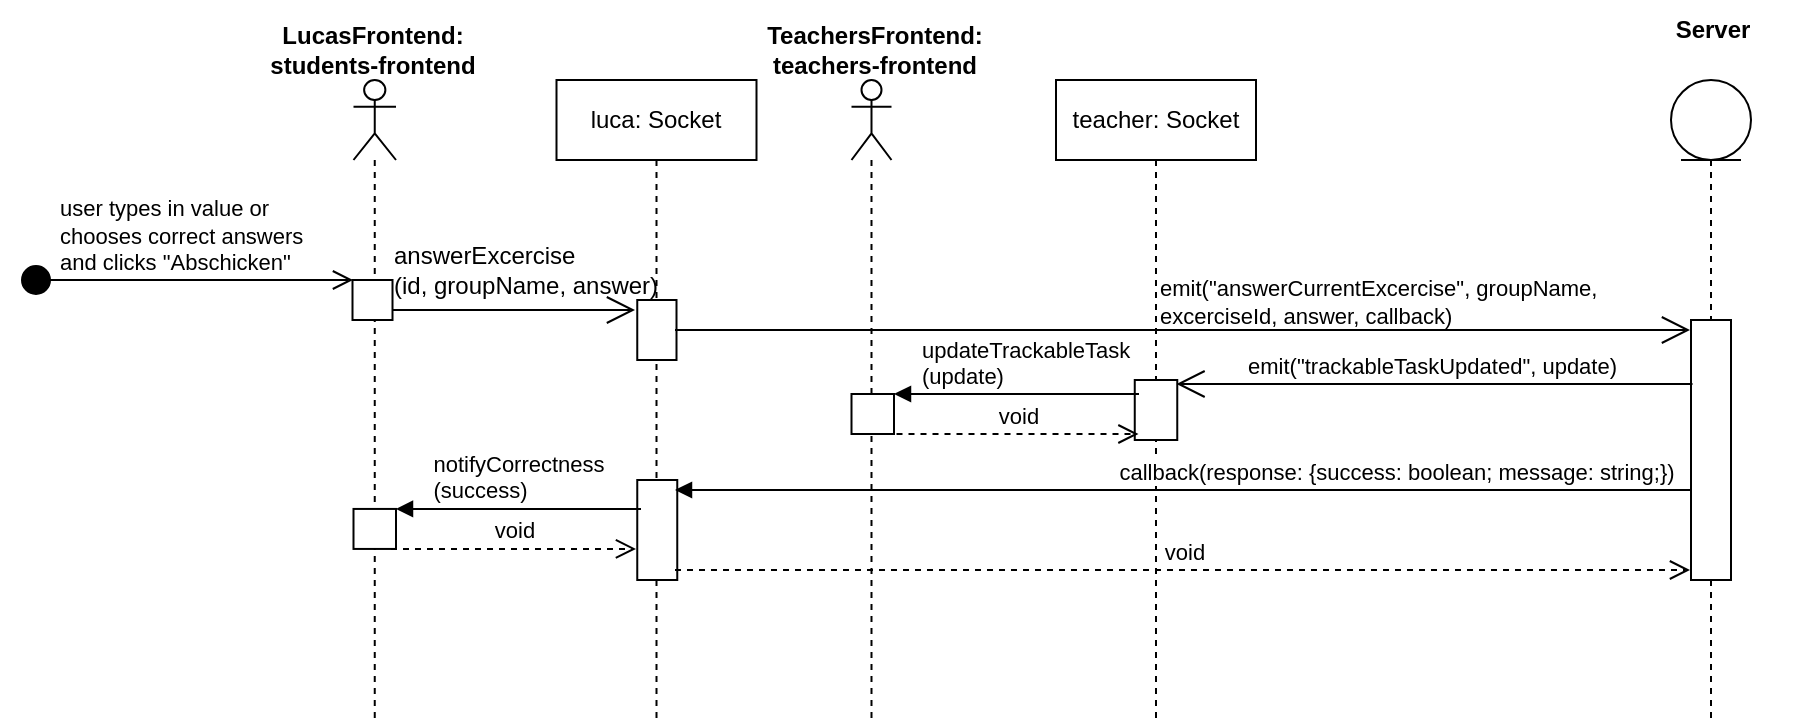
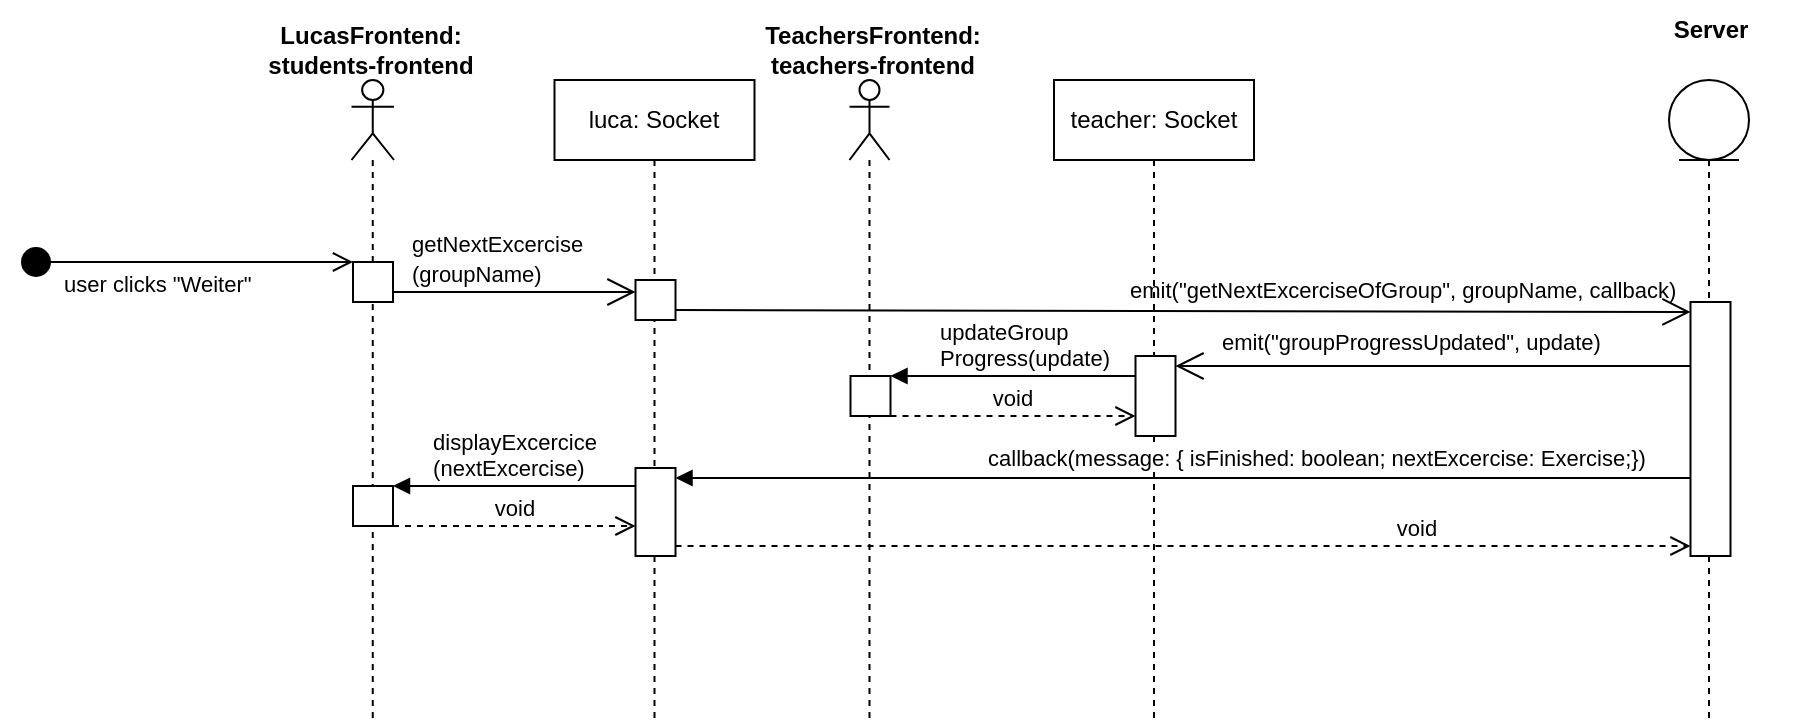
<mxfile host="app.diagrams.net" agent="Mozilla/5.0 (Windows NT 10.0; Win64; x64; rv:133.0) Gecko/20100101 Firefox/133.0" version="25.0.3">
  <diagram name="Page-1" id="2aDTY9amNtia2wzeplLk">
-     <mxGraphModel dx="2294" dy="838" grid="1" gridSize="10" guides="1" tooltips="1" connect="1" arrows="1" fold="1" page="1" pageScale="1" pageWidth="850" pageHeight="1100" math="0" shadow="0">
+     <mxGraphModel dx="1909" dy="615" grid="1" gridSize="10" guides="1" tooltips="1" connect="1" arrows="1" fold="1" page="1" pageScale="1" pageWidth="850" pageHeight="1100" math="0" shadow="0">
      <root>
        <mxCell id="0" />
        <mxCell id="1" parent="0" />
        <mxCell id="wzhvgZOO0w4-mviFbUcD-19" value="" style="shape=umlLifeline;perimeter=lifelinePerimeter;whiteSpace=wrap;html=1;container=1;dropTarget=0;collapsible=0;recursiveResize=0;outlineConnect=0;portConstraint=eastwest;newEdgeStyle={&quot;curved&quot;:0,&quot;rounded&quot;:0};participant=umlEntity;" parent="1" vertex="1">
          <mxGeometry x="607.5" y="40" width="40" height="320" as="geometry" />
        </mxCell>
-         <mxCell id="36G0p44SmY7-EEJN0GJe-1" value="" style="html=1;points=[[0,0,0,0,5],[0,1,0,0,-5],[1,0,0,0,5],[1,1,0,0,-5]];perimeter=orthogonalPerimeter;outlineConnect=0;targetShapes=umlLifeline;portConstraint=eastwest;newEdgeStyle={&quot;curved&quot;:0,&quot;rounded&quot;:0};" vertex="1" parent="wzhvgZOO0w4-mviFbUcD-19">
-           <mxGeometry x="10" y="120" width="20" height="130" as="geometry" />
-         </mxCell>
        <mxCell id="T5XOlsIRSnDnDzt5xugD-2" value="teacher: Socket" style="shape=umlLifeline;perimeter=lifelinePerimeter;whiteSpace=wrap;html=1;container=1;dropTarget=0;collapsible=0;recursiveResize=0;outlineConnect=0;portConstraint=eastwest;newEdgeStyle={&quot;curved&quot;:0,&quot;rounded&quot;:0};" parent="1" vertex="1">
          <mxGeometry x="300" y="40" width="100" height="320" as="geometry" />
-         </mxCell>
-         <mxCell id="36G0p44SmY7-EEJN0GJe-11" value="" style="html=1;points=[[0,0,0,0,5],[0,1,0,0,-5],[1,0,0,0,5],[1,1,0,0,-5]];perimeter=orthogonalPerimeter;outlineConnect=0;targetShapes=umlLifeline;portConstraint=eastwest;newEdgeStyle={&quot;curved&quot;:0,&quot;rounded&quot;:0};" vertex="1" parent="T5XOlsIRSnDnDzt5xugD-2">
-           <mxGeometry x="39.38" y="150" width="21.25" height="30" as="geometry" />
        </mxCell>
        <mxCell id="T5XOlsIRSnDnDzt5xugD-1" value="" style="shape=umlLifeline;perimeter=lifelinePerimeter;whiteSpace=wrap;html=1;container=1;dropTarget=0;collapsible=0;recursiveResize=0;outlineConnect=0;portConstraint=eastwest;newEdgeStyle={&quot;curved&quot;:0,&quot;rounded&quot;:0};participant=umlActor;" parent="1" vertex="1">
          <mxGeometry x="197.75" y="40" width="20" height="320" as="geometry" />
        </mxCell>
        <mxCell id="T5XOlsIRSnDnDzt5xugD-4" value="luca: Socket" style="shape=umlLifeline;perimeter=lifelinePerimeter;whiteSpace=wrap;html=1;container=1;dropTarget=0;collapsible=0;recursiveResize=0;outlineConnect=0;portConstraint=eastwest;newEdgeStyle={&quot;curved&quot;:0,&quot;rounded&quot;:0};" parent="1" vertex="1">
          <mxGeometry x="50.25" y="40" width="100" height="320" as="geometry" />
        </mxCell>
-         <mxCell id="36G0p44SmY7-EEJN0GJe-2" value="" style="html=1;points=[[0,0,0,0,5],[0,1,0,0,-5],[1,0,0,0,5],[1,1,0,0,-5]];perimeter=orthogonalPerimeter;outlineConnect=0;targetShapes=umlLifeline;portConstraint=eastwest;newEdgeStyle={&quot;curved&quot;:0,&quot;rounded&quot;:0};" vertex="1" parent="T5XOlsIRSnDnDzt5xugD-4">
-           <mxGeometry x="40.38" y="200" width="20" height="50" as="geometry" />
-         </mxCell>
-         <mxCell id="36G0p44SmY7-EEJN0GJe-4" value="" style="html=1;points=[[0,0,0,0,5],[0,1,0,0,-5],[1,0,0,0,5],[1,1,0,0,-5]];perimeter=orthogonalPerimeter;outlineConnect=0;targetShapes=umlLifeline;portConstraint=eastwest;newEdgeStyle={&quot;curved&quot;:0,&quot;rounded&quot;:0};" vertex="1" parent="T5XOlsIRSnDnDzt5xugD-4">
-           <mxGeometry x="40.38" y="110" width="19.62" height="30" as="geometry" />
-         </mxCell>
        <mxCell id="T5XOlsIRSnDnDzt5xugD-3" value="" style="shape=umlLifeline;perimeter=lifelinePerimeter;whiteSpace=wrap;html=1;container=1;dropTarget=0;collapsible=0;recursiveResize=0;outlineConnect=0;portConstraint=eastwest;newEdgeStyle={&quot;curved&quot;:0,&quot;rounded&quot;:0};participant=umlActor;" parent="1" vertex="1">
          <mxGeometry x="-51.25" y="40" width="21.25" height="320" as="geometry" />
-         </mxCell>
-         <mxCell id="36G0p44SmY7-EEJN0GJe-13" value="" style="html=1;points=[[0,0,0,0,5],[0,1,0,0,-5],[1,0,0,0,5],[1,1,0,0,-5]];perimeter=orthogonalPerimeter;outlineConnect=0;targetShapes=umlLifeline;portConstraint=eastwest;newEdgeStyle={&quot;curved&quot;:0,&quot;rounded&quot;:0};" vertex="1" parent="T5XOlsIRSnDnDzt5xugD-3">
-           <mxGeometry y="214.47000000000003" width="21.25" height="20" as="geometry" />
-         </mxCell>
-         <mxCell id="36G0p44SmY7-EEJN0GJe-14" value="&lt;div&gt;notifyCorrectness&lt;/div&gt;&lt;div align=&quot;left&quot;&gt;(success)&lt;/div&gt;" style="html=1;verticalAlign=bottom;endArrow=block;curved=0;rounded=0;" edge="1" parent="T5XOlsIRSnDnDzt5xugD-3">
-           <mxGeometry width="80" relative="1" as="geometry">
-             <mxPoint x="143.7499999999999" y="214.47000000000003" as="sourcePoint" />
-             <mxPoint x="21.249999999999886" y="214.47000000000003" as="targetPoint" />
-           </mxGeometry>
-         </mxCell>
-         <mxCell id="36G0p44SmY7-EEJN0GJe-15" value="void" style="html=1;verticalAlign=bottom;endArrow=open;dashed=1;endSize=8;curved=0;rounded=0;" edge="1" parent="T5XOlsIRSnDnDzt5xugD-3">
-           <mxGeometry relative="1" as="geometry">
-             <mxPoint x="18.749999999999886" y="234.47000000000003" as="sourcePoint" />
-             <mxPoint x="141.2499999999999" y="234.47000000000003" as="targetPoint" />
-           </mxGeometry>
        </mxCell>
        <mxCell id="wzhvgZOO0w4-mviFbUcD-15" value="&lt;div&gt;TeachersFrontend:&lt;br&gt;&lt;/div&gt;&lt;div&gt;teachers-frontend&lt;/div&gt;" style="text;align=center;fontStyle=1;verticalAlign=middle;spacingLeft=3;spacingRight=3;strokeColor=none;rotatable=0;points=[[0,0.5],[1,0.5]];portConstraint=eastwest;html=1;" parent="1" vertex="1">
          <mxGeometry x="161.25" y="10" width="95" height="30" as="geometry" />
        </mxCell>
        <mxCell id="wzhvgZOO0w4-mviFbUcD-32" value="Server" style="text;align=center;fontStyle=1;verticalAlign=middle;spacingLeft=3;spacingRight=3;strokeColor=none;rotatable=0;points=[[0,0.5],[1,0.5]];portConstraint=eastwest;html=1;" parent="1" vertex="1">
          <mxGeometry x="580" width="95" height="30" as="geometry" />
        </mxCell>
        <mxCell id="wzhvgZOO0w4-mviFbUcD-91" value="&lt;div&gt;LucasFrontend:&lt;/div&gt;&lt;div&gt;students-frontend&lt;br&gt;&lt;/div&gt;" style="text;align=center;fontStyle=1;verticalAlign=middle;spacingLeft=3;spacingRight=3;strokeColor=none;rotatable=0;points=[[0,0.5],[1,0.5]];portConstraint=eastwest;html=1;" parent="1" vertex="1">
          <mxGeometry x="-89.25" y="10" width="95" height="30" as="geometry" />
        </mxCell>
-         <mxCell id="wzhvgZOO0w4-mviFbUcD-168" value="" style="html=1;points=[[0,0,0,0,5],[0,1,0,0,-5],[1,0,0,0,5],[1,1,0,0,-5]];perimeter=orthogonalPerimeter;outlineConnect=0;targetShapes=umlLifeline;portConstraint=eastwest;newEdgeStyle={&quot;curved&quot;:0,&quot;rounded&quot;:0};" parent="1" vertex="1">
-           <mxGeometry x="-51.75" y="140" width="20" height="20" as="geometry" />
+         <mxCell id="UZxPjZP5jUcu2pSk8YK1-3" value="" style="html=1;points=[[0,0,0,0,5],[0,1,0,0,-5],[1,0,0,0,5],[1,1,0,0,-5]];perimeter=orthogonalPerimeter;outlineConnect=0;targetShapes=umlLifeline;portConstraint=eastwest;newEdgeStyle={&quot;curved&quot;:0,&quot;rounded&quot;:0};" vertex="1" parent="1">
+           <mxGeometry x="340.75" y="178" width="20" height="40" as="geometry" />
        </mxCell>
-         <mxCell id="wzhvgZOO0w4-mviFbUcD-169" value="" style="endArrow=open;endFill=1;endSize=12;html=1;rounded=0;exitX=1;exitY=1;exitDx=0;exitDy=-5;exitPerimeter=0;entryX=0;entryY=0;entryDx=0;entryDy=5;entryPerimeter=0;" parent="1" source="wzhvgZOO0w4-mviFbUcD-168" edge="1">
+         <mxCell id="UZxPjZP5jUcu2pSk8YK1-4" value="" style="html=1;points=[[0,0,0,0,5],[0,1,0,0,-5],[1,0,0,0,5],[1,1,0,0,-5]];perimeter=orthogonalPerimeter;outlineConnect=0;targetShapes=umlLifeline;portConstraint=eastwest;newEdgeStyle={&quot;curved&quot;:0,&quot;rounded&quot;:0};" vertex="1" parent="1">
+           <mxGeometry x="90.75" y="140" width="20" height="20" as="geometry" />
+         </mxCell>
+         <mxCell id="UZxPjZP5jUcu2pSk8YK1-5" value="" style="html=1;points=[[0,0,0,0,5],[0,1,0,0,-5],[1,0,0,0,5],[1,1,0,0,-5]];perimeter=orthogonalPerimeter;outlineConnect=0;targetShapes=umlLifeline;portConstraint=eastwest;newEdgeStyle={&quot;curved&quot;:0,&quot;rounded&quot;:0};" vertex="1" parent="1">
+           <mxGeometry x="90.75" y="234" width="20" height="44" as="geometry" />
+         </mxCell>
+         <mxCell id="UZxPjZP5jUcu2pSk8YK1-6" value="" style="html=1;points=[[0,0,0,0,5],[0,1,0,0,-5],[1,0,0,0,5],[1,1,0,0,-5]];perimeter=orthogonalPerimeter;outlineConnect=0;targetShapes=umlLifeline;portConstraint=eastwest;newEdgeStyle={&quot;curved&quot;:0,&quot;rounded&quot;:0};" vertex="1" parent="1">
+           <mxGeometry x="198.25" y="188" width="20" height="20" as="geometry" />
+         </mxCell>
+         <mxCell id="UZxPjZP5jUcu2pSk8YK1-7" value="" style="html=1;points=[[0,0,0,0,5],[0,1,0,0,-5],[1,0,0,0,5],[1,1,0,0,-5]];perimeter=orthogonalPerimeter;outlineConnect=0;targetShapes=umlLifeline;portConstraint=eastwest;newEdgeStyle={&quot;curved&quot;:0,&quot;rounded&quot;:0};" vertex="1" parent="1">
+           <mxGeometry x="618.25" y="151" width="20" height="127" as="geometry" />
+         </mxCell>
+         <mxCell id="UZxPjZP5jUcu2pSk8YK1-8" value="" style="html=1;points=[[0,0,0,0,5],[0,1,0,0,-5],[1,0,0,0,5],[1,1,0,0,-5]];perimeter=orthogonalPerimeter;outlineConnect=0;targetShapes=umlLifeline;portConstraint=eastwest;newEdgeStyle={&quot;curved&quot;:0,&quot;rounded&quot;:0};" vertex="1" parent="1">
+           <mxGeometry x="-50.5" y="243" width="20" height="20" as="geometry" />
+         </mxCell>
+         <mxCell id="UZxPjZP5jUcu2pSk8YK1-9" value="" style="html=1;points=[[0,0,0,0,5],[0,1,0,0,-5],[1,0,0,0,5],[1,1,0,0,-5]];perimeter=orthogonalPerimeter;outlineConnect=0;targetShapes=umlLifeline;portConstraint=eastwest;newEdgeStyle={&quot;curved&quot;:0,&quot;rounded&quot;:0};" vertex="1" parent="1">
+           <mxGeometry x="-50.5" y="131" width="20" height="20" as="geometry" />
+         </mxCell>
+         <mxCell id="UZxPjZP5jUcu2pSk8YK1-10" value="&lt;font style=&quot;font-size: 11px;&quot;&gt;emit(&quot;getNextExcerciseOfGroup&quot;, groupName, callback)&lt;/font&gt;" style="text;whiteSpace=wrap;html=1;" vertex="1" parent="1">
+           <mxGeometry x="335.75" y="131" width="280" height="30" as="geometry" />
+         </mxCell>
+         <mxCell id="UZxPjZP5jUcu2pSk8YK1-11" value="" style="endArrow=open;endFill=1;endSize=12;html=1;rounded=0;exitX=1;exitY=1;exitDx=0;exitDy=-5;exitPerimeter=0;entryX=0;entryY=0;entryDx=0;entryDy=5;entryPerimeter=0;" edge="1" parent="1" source="UZxPjZP5jUcu2pSk8YK1-4" target="UZxPjZP5jUcu2pSk8YK1-7">
          <mxGeometry width="160" relative="1" as="geometry">
-             <mxPoint x="169.5" as="sourcePoint" />
-             <mxPoint x="89.50000000000045" y="155" as="targetPoint" />
+             <mxPoint x="340.75" y="61" as="sourcePoint" />
+             <mxPoint x="600.75" y="145" as="targetPoint" />
          </mxGeometry>
        </mxCell>
-         <mxCell id="wzhvgZOO0w4-mviFbUcD-172" value="" style="endArrow=open;endFill=1;endSize=12;html=1;rounded=0;exitX=1;exitY=1;exitDx=0;exitDy=-5;exitPerimeter=0;entryX=0;entryY=0;entryDx=0;entryDy=5;entryPerimeter=0;" parent="1" edge="1">
-           <mxGeometry width="160" relative="1" as="geometry">
-             <mxPoint x="109.50000000000045" y="164.99999999999977" as="sourcePoint" />
-             <mxPoint x="617" y="165" as="targetPoint" />
-           </mxGeometry>
-         </mxCell>
-         <mxCell id="wzhvgZOO0w4-mviFbUcD-173" value="&lt;font style=&quot;font-size: 11px;&quot;&gt;emit(&quot;answerCurrentExcercise&quot;, groupName, excerciseId, answer, callback)&lt;/font&gt;" style="text;whiteSpace=wrap;html=1;" parent="1" vertex="1">
-           <mxGeometry x="349.5" y="130" width="280" height="30" as="geometry" />
-         </mxCell>
-         <mxCell id="1kSFkEbPgEv4m-t2jmqG-113" value="callback(response: {success: boolean; message: string;})" style="html=1;verticalAlign=bottom;endArrow=block;curved=0;rounded=0;entryX=1;entryY=0;entryDx=0;entryDy=5;entryPerimeter=0;" parent="1" edge="1">
-           <mxGeometry x="-0.4187" width="80" relative="1" as="geometry">
-             <mxPoint x="617" y="245" as="sourcePoint" />
-             <mxPoint x="109.5" y="245" as="targetPoint" />
+         <mxCell id="UZxPjZP5jUcu2pSk8YK1-12" value="callback(message: { isFinished: boolean; nextExcercise: Exercise;})" style="html=1;verticalAlign=bottom;endArrow=block;curved=0;rounded=0;entryX=1;entryY=0;entryDx=0;entryDy=5;entryPerimeter=0;" edge="1" parent="1" source="UZxPjZP5jUcu2pSk8YK1-7" target="UZxPjZP5jUcu2pSk8YK1-5">
+           <mxGeometry x="-0.2611" y="-1" width="80" relative="1" as="geometry">
+             <mxPoint x="600.75" y="228" as="sourcePoint" />
+             <mxPoint x="670.75" y="391" as="targetPoint" />
            <mxPoint as="offset" />
          </mxGeometry>
        </mxCell>
-         <mxCell id="1kSFkEbPgEv4m-t2jmqG-116" value="void" style="html=1;verticalAlign=bottom;endArrow=open;dashed=1;endSize=8;curved=0;rounded=0;exitX=1;exitY=1;exitDx=0;exitDy=-5;exitPerimeter=0;" parent="1" edge="1">
-           <mxGeometry relative="1" as="geometry">
-             <mxPoint x="109.5" y="285" as="sourcePoint" />
-             <mxPoint x="617" y="285" as="targetPoint" />
+         <mxCell id="UZxPjZP5jUcu2pSk8YK1-13" value="&lt;div&gt;displayExcercice&lt;/div&gt;&lt;div align=&quot;left&quot;&gt;(nextExcercise)&lt;/div&gt;" style="html=1;verticalAlign=bottom;endArrow=block;curved=0;rounded=0;entryX=1;entryY=0;entryDx=0;entryDy=5;entryPerimeter=0;" edge="1" parent="1">
+           <mxGeometry width="80" relative="1" as="geometry">
+             <mxPoint x="90.75" y="243" as="sourcePoint" />
+             <mxPoint x="-30.5" y="243" as="targetPoint" />
          </mxGeometry>
        </mxCell>
-         <mxCell id="1kSFkEbPgEv4m-t2jmqG-130" value="&lt;div&gt;answerExcercise&lt;/div&gt;&lt;div&gt;(id, groupName, answer)&lt;/div&gt;" style="text;html=1;align=left;verticalAlign=middle;whiteSpace=wrap;rounded=0;" parent="1" vertex="1">
-           <mxGeometry x="-33" y="120" width="142.5" height="30" as="geometry" />
+         <mxCell id="UZxPjZP5jUcu2pSk8YK1-14" value="" style="endArrow=open;endFill=1;endSize=12;html=1;rounded=0;entryX=1;entryY=0;entryDx=0;entryDy=5;entryPerimeter=0;" edge="1" parent="1" source="UZxPjZP5jUcu2pSk8YK1-7" target="UZxPjZP5jUcu2pSk8YK1-3">
+           <mxGeometry width="160" relative="1" as="geometry">
+             <mxPoint x="1169.75" y="386" as="sourcePoint" />
+             <mxPoint x="560.75" y="126" as="targetPoint" />
+           </mxGeometry>
        </mxCell>
-         <mxCell id="_SGCli1s5RP8yjDYndTH-19" value="&lt;div&gt;user types in value or&amp;nbsp;&lt;/div&gt;&lt;div&gt;chooses correct answers&lt;/div&gt;&lt;div&gt;and clicks &quot;Abschicken&quot;&lt;/div&gt;" style="html=1;verticalAlign=bottom;startArrow=circle;startFill=1;endArrow=open;startSize=6;endSize=8;curved=0;rounded=0;align=left;" parent="1" edge="1">
-           <mxGeometry x="-0.7838" width="80" relative="1" as="geometry">
-             <mxPoint x="-218" y="140" as="sourcePoint" />
-             <mxPoint x="-51.5" y="140" as="targetPoint" />
+         <mxCell id="UZxPjZP5jUcu2pSk8YK1-15" value="&lt;div&gt;emit(&quot;groupProgressUpdated&quot;, update)&lt;/div&gt;" style="text;whiteSpace=wrap;html=1;fontSize=11;" vertex="1" parent="1">
+           <mxGeometry x="381.75" y="158" width="230" height="40" as="geometry" />
+         </mxCell>
+         <mxCell id="UZxPjZP5jUcu2pSk8YK1-16" value="&lt;div align=&quot;left&quot;&gt;updateGroup&lt;/div&gt;&lt;div align=&quot;left&quot;&gt;Progress(update)&lt;/div&gt;" style="html=1;verticalAlign=bottom;endArrow=block;curved=0;rounded=0;entryX=1;entryY=0;entryDx=0;entryDy=5;entryPerimeter=0;align=left;" edge="1" parent="1">
+           <mxGeometry x="0.6327" width="80" relative="1" as="geometry">
+             <mxPoint x="340.7499999999998" y="188" as="sourcePoint" />
+             <mxPoint x="218.25000000000023" y="188" as="targetPoint" />
            <mxPoint as="offset" />
          </mxGeometry>
        </mxCell>
-         <mxCell id="36G0p44SmY7-EEJN0GJe-5" value="" style="html=1;points=[[0,0,0,0,5],[0,1,0,0,-5],[1,0,0,0,5],[1,1,0,0,-5]];perimeter=orthogonalPerimeter;outlineConnect=0;targetShapes=umlLifeline;portConstraint=eastwest;newEdgeStyle={&quot;curved&quot;:0,&quot;rounded&quot;:0};" vertex="1" parent="1">
-           <mxGeometry x="197.75" y="197" width="21.25" height="20" as="geometry" />
+         <mxCell id="UZxPjZP5jUcu2pSk8YK1-17" value="" style="endArrow=open;endFill=1;endSize=12;html=1;rounded=0;exitX=1;exitY=1;exitDx=0;exitDy=-5;exitPerimeter=0;" edge="1" parent="1" source="UZxPjZP5jUcu2pSk8YK1-9" target="UZxPjZP5jUcu2pSk8YK1-4">
+           <mxGeometry width="160" relative="1" as="geometry">
+             <mxPoint x="0.75" y="130" as="sourcePoint" />
+             <mxPoint x="60.75" y="145" as="targetPoint" />
+           </mxGeometry>
        </mxCell>
-         <mxCell id="36G0p44SmY7-EEJN0GJe-6" value="&lt;div align=&quot;left&quot;&gt;updateTrackableTask&lt;/div&gt;&lt;div align=&quot;left&quot;&gt;(update)&lt;/div&gt;" style="html=1;verticalAlign=bottom;endArrow=block;curved=0;rounded=0;align=left;" edge="1" parent="1">
-           <mxGeometry x="0.8163" width="80" relative="1" as="geometry">
-             <mxPoint x="341.5" y="197" as="sourcePoint" />
-             <mxPoint x="219" y="197" as="targetPoint" />
+         <mxCell id="UZxPjZP5jUcu2pSk8YK1-18" value="void" style="html=1;verticalAlign=bottom;endArrow=open;dashed=1;endSize=8;curved=0;rounded=0;exitX=1;exitY=1;exitDx=0;exitDy=-5;exitPerimeter=0;" edge="1" parent="1">
+           <mxGeometry relative="1" as="geometry">
+             <mxPoint x="218.25000000000023" y="208" as="sourcePoint" />
+             <mxPoint x="340.7499999999998" y="208" as="targetPoint" />
+           </mxGeometry>
+         </mxCell>
+         <mxCell id="UZxPjZP5jUcu2pSk8YK1-19" value="void" style="html=1;verticalAlign=bottom;endArrow=open;dashed=1;endSize=8;curved=0;rounded=0;exitX=1;exitY=1;exitDx=0;exitDy=-5;exitPerimeter=0;" edge="1" parent="1">
+           <mxGeometry relative="1" as="geometry">
+             <mxPoint x="-30.5" y="263" as="sourcePoint" />
+             <mxPoint x="90.75" y="263" as="targetPoint" />
+           </mxGeometry>
+         </mxCell>
+         <mxCell id="UZxPjZP5jUcu2pSk8YK1-20" value="void" style="html=1;verticalAlign=bottom;endArrow=open;dashed=1;endSize=8;curved=0;rounded=0;exitX=1;exitY=1;exitDx=0;exitDy=-5;exitPerimeter=0;" edge="1" parent="1" source="UZxPjZP5jUcu2pSk8YK1-5" target="UZxPjZP5jUcu2pSk8YK1-7">
+           <mxGeometry x="0.4581" relative="1" as="geometry">
+             <mxPoint x="120.75" y="258" as="sourcePoint" />
+             <mxPoint x="240.75" y="278" as="targetPoint" />
            <mxPoint as="offset" />
          </mxGeometry>
        </mxCell>
-         <mxCell id="36G0p44SmY7-EEJN0GJe-7" value="void" style="html=1;verticalAlign=bottom;endArrow=open;dashed=1;endSize=8;curved=0;rounded=0;" edge="1" parent="1">
-           <mxGeometry relative="1" as="geometry">
-             <mxPoint x="220.25" y="217" as="sourcePoint" />
-             <mxPoint x="341.25" y="217" as="targetPoint" />
+         <mxCell id="UZxPjZP5jUcu2pSk8YK1-21" value="&lt;div&gt;&lt;font style=&quot;font-size: 11px;&quot;&gt;getNextExcercise&lt;/font&gt;&lt;/div&gt;&lt;div&gt;&lt;font style=&quot;font-size: 11px;&quot;&gt;(groupName)&lt;/font&gt;&lt;/div&gt;" style="text;html=1;align=left;verticalAlign=middle;whiteSpace=wrap;rounded=0;" vertex="1" parent="1">
+           <mxGeometry x="-22.75" y="114" width="60" height="30" as="geometry" />
+         </mxCell>
+         <mxCell id="UZxPjZP5jUcu2pSk8YK1-22" value="user clicks &quot;Weiter&quot;" style="html=1;verticalAlign=bottom;startArrow=circle;startFill=1;endArrow=open;startSize=6;endSize=8;curved=0;rounded=0;align=left;" edge="1" parent="1">
+           <mxGeometry x="-0.7598" y="-20" width="80" relative="1" as="geometry">
+             <mxPoint x="-217" y="131" as="sourcePoint" />
+             <mxPoint x="-50.5" y="131" as="targetPoint" />
+             <mxPoint as="offset" />
          </mxGeometry>
-         </mxCell>
-         <mxCell id="36G0p44SmY7-EEJN0GJe-8" value="" style="endArrow=open;endFill=1;endSize=12;html=1;rounded=0;entryX=1;entryY=0;entryDx=0;entryDy=5;entryPerimeter=0;" edge="1" parent="1">
-           <mxGeometry width="160" relative="1" as="geometry">
-             <mxPoint x="618.25" y="192" as="sourcePoint" />
-             <mxPoint x="360.25" y="192" as="targetPoint" />
-           </mxGeometry>
-         </mxCell>
-         <mxCell id="36G0p44SmY7-EEJN0GJe-10" value="&lt;div&gt;emit(&quot;trackableTaskUpdated&quot;, update)&lt;/div&gt;" style="text;whiteSpace=wrap;html=1;fontSize=11;" vertex="1" parent="1">
-           <mxGeometry x="393.87" y="170" width="191.25" height="40" as="geometry" />
        </mxCell>
      </root>
    </mxGraphModel>
  </diagram>
</mxfile>
